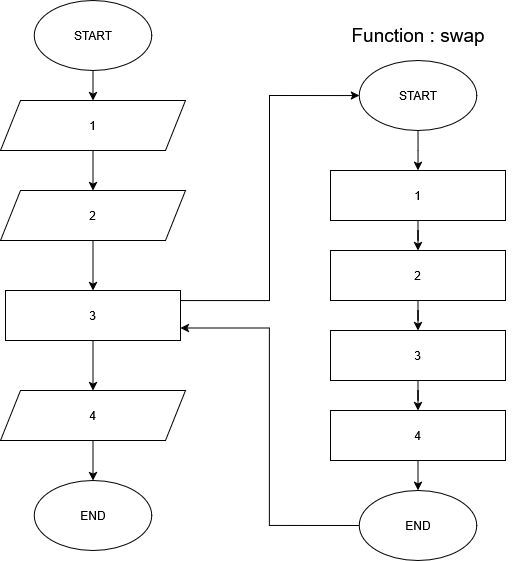
Earlier version of the draw.io export 21.swapping two integers using functions/21.drawio.png (JanithFX/PHP-Exercises). Source tidied: cells renumbered, new cells last; positions are measured from the earlier drawing's top-left corner, leaving out a move shared by most shapes.
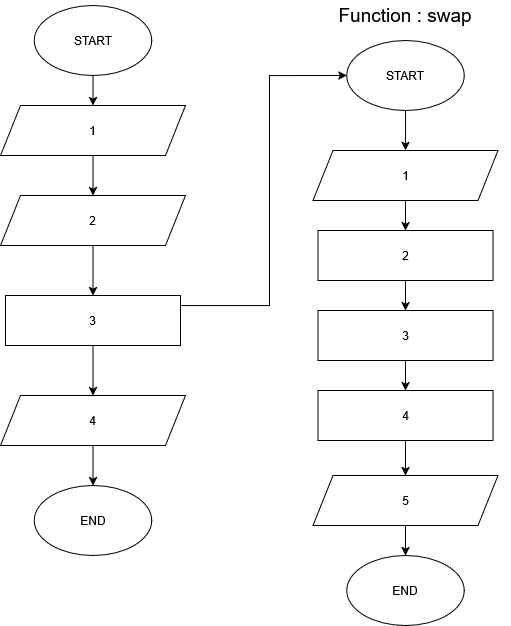
Above is the later version.

What changed in the source:
```diff
@@ -2,90 +2,92 @@
   <root>
     <mxCell id="0" />
     <mxCell id="1" parent="0" />
-    <mxCell id="2" style="edgeStyle=orthogonalEdgeStyle;rounded=0;jettySize=auto;html=1;" parent="1" edge="1" source="3" target="6">
-      <mxGeometry relative="1" as="geometry" />
-    </mxCell>
-    <mxCell id="3" value="START" style="ellipse;whiteSpace=wrap;html=1;" parent="1" vertex="1">
-      <mxGeometry x="33.8" width="117.5" height="70" as="geometry" />
-    </mxCell>
-    <mxCell id="4" value="END" style="ellipse;whiteSpace=wrap;html=1;" parent="1" vertex="1">
-      <mxGeometry x="33.8" y="480" width="117.5" height="70" as="geometry" />
-    </mxCell>
-    <mxCell id="5" style="edgeStyle=orthogonalEdgeStyle;rounded=0;jettySize=auto;html=1;" parent="1" edge="1" source="6" target="26">
-      <mxGeometry relative="1" as="geometry" />
-    </mxCell>
-    <mxCell id="6" value="1" style="shape=parallelogram;perimeter=parallelogramPerimeter;whiteSpace=wrap;html=1;fixedSize=1;" parent="1" vertex="1">
-      <mxGeometry y="100" width="185" height="50" as="geometry" />
-    </mxCell>
-    <mxCell id="7" style="edgeStyle=orthogonalEdgeStyle;rounded=0;jettySize=auto;html=1;" parent="1" edge="1" source="9" target="11">
-      <mxGeometry relative="1" as="geometry" />
-    </mxCell>
-    <mxCell id="8" style="edgeStyle=orthogonalEdgeStyle;rounded=0;jettySize=auto;html=1;entryX=0;entryY=0.5;entryDx=0;entryDy=0;shape=wire;dashed=1;" parent="1" edge="1" source="9" target="23">
-      <mxGeometry relative="1" as="geometry">
-        <Array as="points">
-          <mxPoint x="269" y="300" />
-          <mxPoint x="269" y="95" />
-        </Array>
-      </mxGeometry>
-    </mxCell>
-    <mxCell id="9" value="3" style="rounded=0;whiteSpace=wrap;html=1;" parent="1" vertex="1">
-      <mxGeometry x="5" y="290" width="175" height="50" as="geometry" />
-    </mxCell>
-    <mxCell id="10" style="edgeStyle=orthogonalEdgeStyle;rounded=0;jettySize=auto;html=1;" parent="1" edge="1" source="11" target="4">
-      <mxGeometry relative="1" as="geometry" />
-    </mxCell>
+    <mxCell id="27" style="edgeStyle=orthogonalEdgeStyle;rounded=0;jettySize=auto;html=1;" parent="1" edge="1" source="28" target="31">
+      <mxGeometry relative="1" as="geometry" />
+    </mxCell>
+    <mxCell id="28" value="START" style="ellipse;whiteSpace=wrap;html=1;" parent="1" vertex="1">
+      <mxGeometry x="46.3" y="25" width="117.5" height="70" as="geometry" />
+    </mxCell>
+    <mxCell id="29" value="END" style="ellipse;whiteSpace=wrap;html=1;" parent="1" vertex="1">
+      <mxGeometry x="46.3" y="505" width="117.5" height="70" as="geometry" />
+    </mxCell>
+    <mxCell id="30" style="edgeStyle=orthogonalEdgeStyle;rounded=0;jettySize=auto;html=1;" parent="1" edge="1" source="31" target="26">
+      <mxGeometry relative="1" as="geometry" />
+    </mxCell>
+    <mxCell id="31" value="1" style="shape=parallelogram;perimeter=parallelogramPerimeter;whiteSpace=wrap;html=1;fixedSize=1;" parent="1" vertex="1">
+      <mxGeometry x="12.5" y="125" width="185" height="50" as="geometry" />
+    </mxCell>
+    <mxCell id="32" style="edgeStyle=orthogonalEdgeStyle;rounded=0;jettySize=auto;html=1;" parent="1" edge="1" source="34" target="11">
+      <mxGeometry relative="1" as="geometry" />
+    </mxCell>
+    <mxCell id="33" style="edgeStyle=orthogonalEdgeStyle;rounded=0;jettySize=auto;html=1;entryX=0;entryY=0.5;entryDx=0;entryDy=0;shape=wire;dashed=1;" parent="1" edge="1" source="34" target="43">
+      <mxGeometry relative="1" as="geometry">
+        <Array as="points">
+          <mxPoint x="281.5" y="325" />
+          <mxPoint x="281.5" y="95" />
+        </Array>
+      </mxGeometry>
+    </mxCell>
+    <mxCell id="34" value="3" style="rounded=0;whiteSpace=wrap;html=1;" parent="1" vertex="1">
+      <mxGeometry x="17.5" y="315" width="175" height="50" as="geometry" />
+    </mxCell>
+    <mxCell id="35" style="edgeStyle=orthogonalEdgeStyle;rounded=0;jettySize=auto;html=1;" parent="1" edge="1" source="11" target="29">
+      <mxGeometry relative="1" as="geometry" />
+    </mxCell>
     <mxCell id="11" value="4" style="shape=parallelogram;perimeter=parallelogramPerimeter;whiteSpace=wrap;html=1;fixedSize=1;" parent="1" vertex="1">
-      <mxGeometry y="390" width="185" height="50" as="geometry" />
+      <mxGeometry x="12.5" y="415" width="185" height="50" as="geometry" />
     </mxCell>
-    <mxCell id="12" style="edgeStyle=orthogonalEdgeStyle;rounded=0;jettySize=auto;html=1;" parent="1" edge="1" source="13" target="15">
-      <mxGeometry relative="1" as="geometry" />
-    </mxCell>
-    <mxCell id="13" value="1" style="rounded=0;whiteSpace=wrap;html=1;" parent="1" vertex="1">
-      <mxGeometry x="330" y="170" width="175" height="50" as="geometry" />
-    </mxCell>
-    <mxCell id="14" style="edgeStyle=orthogonalEdgeStyle;rounded=0;jettySize=auto;html=1;" parent="1" edge="1" source="15" target="17">
-      <mxGeometry relative="1" as="geometry" />
-    </mxCell>
+    <mxCell id="36" style="edgeStyle=orthogonalEdgeStyle;rounded=0;jettySize=auto;html=1;" parent="1" edge="1" target="15">
+      <mxGeometry relative="1" as="geometry">
+        <mxPoint x="417.5" y="220" as="sourcePoint" />
+      </mxGeometry>
+    </mxCell>
+    <mxCell id="37" style="edgeStyle=orthogonalEdgeStyle;rounded=0;jettySize=auto;html=1;" parent="1" edge="1" source="15" target="39">
+      <mxGeometry relative="1" as="geometry" />
+    </mxCell>
     <mxCell id="15" value="2" style="rounded=0;whiteSpace=wrap;html=1;" parent="1" vertex="1">
       <mxGeometry x="330" y="250" width="175" height="50" as="geometry" />
     </mxCell>
-    <mxCell id="16" style="edgeStyle=orthogonalEdgeStyle;rounded=0;jettySize=auto;html=1;" parent="1" edge="1" source="17" target="19">
-      <mxGeometry relative="1" as="geometry" />
-    </mxCell>
-    <mxCell id="17" value="3" style="rounded=0;whiteSpace=wrap;html=1;" parent="1" vertex="1">
-      <mxGeometry x="330" y="330" width="175" height="50" as="geometry" />
-    </mxCell>
-    <mxCell id="18" style="edgeStyle=orthogonalEdgeStyle;rounded=0;jettySize=auto;html=1;" parent="1" edge="1" source="19" target="21">
-      <mxGeometry relative="1" as="geometry" />
-    </mxCell>
+    <mxCell id="38" style="edgeStyle=orthogonalEdgeStyle;rounded=0;jettySize=auto;html=1;" parent="1" edge="1" source="39" target="19">
+      <mxGeometry relative="1" as="geometry" />
+    </mxCell>
+    <mxCell id="39" value="3" style="rounded=0;whiteSpace=wrap;html=1;" parent="1" vertex="1">
+      <mxGeometry x="330" y="330" width="175" height="50" as="geometry" />
+    </mxCell>
+    <mxCell id="40" style="edgeStyle=orthogonalEdgeStyle;rounded=0;jettySize=auto;html=1;" parent="1" edge="1" source="19" target="47">
+      <mxGeometry relative="1" as="geometry" />
+    </mxCell>
     <mxCell id="19" value="4" style="rounded=0;whiteSpace=wrap;html=1;" parent="1" vertex="1">
       <mxGeometry x="330" y="410" width="175" height="50" as="geometry" />
     </mxCell>
-    <mxCell id="20" style="edgeStyle=orthogonalEdgeStyle;rounded=0;jettySize=auto;html=1;entryX=1;entryY=0.75;entryDx=0;entryDy=0;exitX=0;exitY=0.5;exitDx=0;exitDy=0;" parent="1" edge="1" source="21" target="9">
-      <mxGeometry relative="1" as="geometry">
-        <Array as="points">
-          <mxPoint x="269" y="525" />
-          <mxPoint x="269" y="328" />
-        </Array>
-      </mxGeometry>
-    </mxCell>
-    <mxCell id="21" value="END" style="ellipse;whiteSpace=wrap;html=1;" parent="1" vertex="1">
-      <mxGeometry x="358.8" y="490" width="117.5" height="70" as="geometry" />
-    </mxCell>
-    <mxCell id="22" style="edgeStyle=orthogonalEdgeStyle;rounded=0;jettySize=auto;html=1;" parent="1" edge="1" source="23" target="13">
-      <mxGeometry relative="1" as="geometry" />
-    </mxCell>
-    <mxCell id="23" value="START" style="ellipse;whiteSpace=wrap;html=1;" parent="1" vertex="1">
-      <mxGeometry x="358.8" y="60" width="117.5" height="70" as="geometry" />
-    </mxCell>
+    <mxCell id="41" value="END" style="ellipse;whiteSpace=wrap;html=1;" parent="1" vertex="1">
+      <mxGeometry x="358.8" y="575" width="117.5" height="70" as="geometry" />
+    </mxCell>
+    <mxCell id="42" style="edgeStyle=orthogonalEdgeStyle;rounded=0;jettySize=auto;html=1;" parent="1" edge="1" source="43">
+      <mxGeometry relative="1" as="geometry">
+        <mxPoint x="417.5" y="170" as="targetPoint" />
+      </mxGeometry>
+    </mxCell>
+    <mxCell id="43" value="START" style="ellipse;whiteSpace=wrap;html=1;" parent="1" vertex="1">
+      <mxGeometry x="358.8" y="60" width="117.5" height="70" as="geometry" />
+    </mxCell>
     <mxCell id="24" value="&lt;font style=&quot;font-size: 19px;&quot;&gt;Function : swap&lt;/font&gt;" style="text;html=1;whiteSpace=wrap;strokeColor=none;fillColor=none;align=center;verticalAlign=middle;rounded=0;" parent="1" vertex="1">
       <mxGeometry x="312.5" y="20" width="210" height="30" as="geometry" />
     </mxCell>
-    <mxCell id="25" style="edgeStyle=orthogonalEdgeStyle;rounded=0;jettySize=auto;html=1;" parent="1" edge="1" source="26" target="9">
-      <mxGeometry relative="1" as="geometry" />
-    </mxCell>
+    <mxCell id="44" style="edgeStyle=orthogonalEdgeStyle;rounded=0;jettySize=auto;html=1;" parent="1" edge="1" source="26" target="34">
+      <mxGeometry relative="1" as="geometry" />
+    </mxCell>
     <mxCell id="26" value="2" style="shape=parallelogram;perimeter=parallelogramPerimeter;whiteSpace=wrap;html=1;fixedSize=1;" parent="1" vertex="1">
-      <mxGeometry y="190" width="185" height="50" as="geometry" />
+      <mxGeometry x="12.5" y="215" width="185" height="50" as="geometry" />
     </mxCell>
+    <mxCell id="45" value="1" style="shape=parallelogram;perimeter=parallelogramPerimeter;whiteSpace=wrap;html=1;fixedSize=1;" parent="1" vertex="1">
+      <mxGeometry x="325" y="170" width="185" height="50" as="geometry" />
+    </mxCell>
+    <mxCell id="46" style="edgeStyle=orthogonalEdgeStyle;rounded=0;jettySize=auto;html=1;" parent="1" edge="1" source="47" target="41">
+      <mxGeometry relative="1" as="geometry" />
+    </mxCell>
+    <mxCell id="47" value="5" style="shape=parallelogram;perimeter=parallelogramPerimeter;whiteSpace=wrap;html=1;fixedSize=1;" parent="1" vertex="1">
+      <mxGeometry x="325" y="495" width="185" height="50" as="geometry" />
+    </mxCell>
   </root>
 </mxGraphModel>
```
